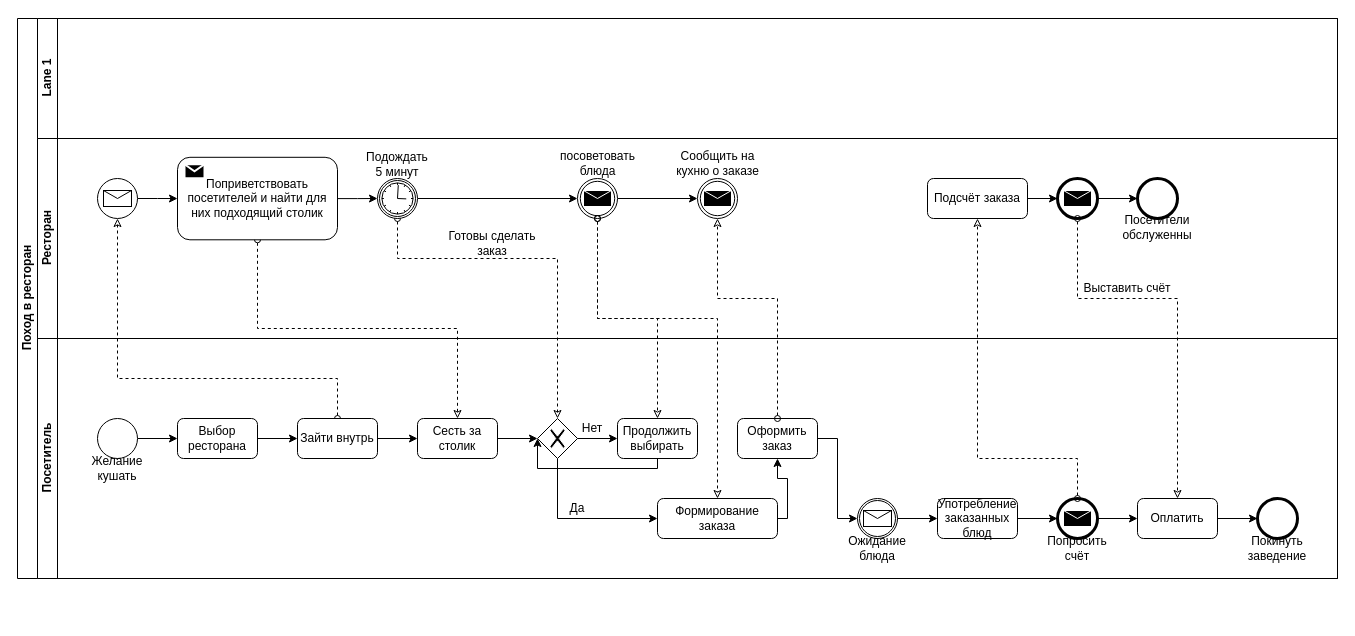
This is Untitled Diagram.drawio from monsegard/portfolio, a draw.io file, before an edit. Source tidied: cells renumbered, new cells numbered last; positions are measured from the earlier drawing's top-left corner, leaving out a move shared by most shapes. Both pictures are drawn from the tidied source at 100%, with x=0, y=0 at pixel (17, 18).
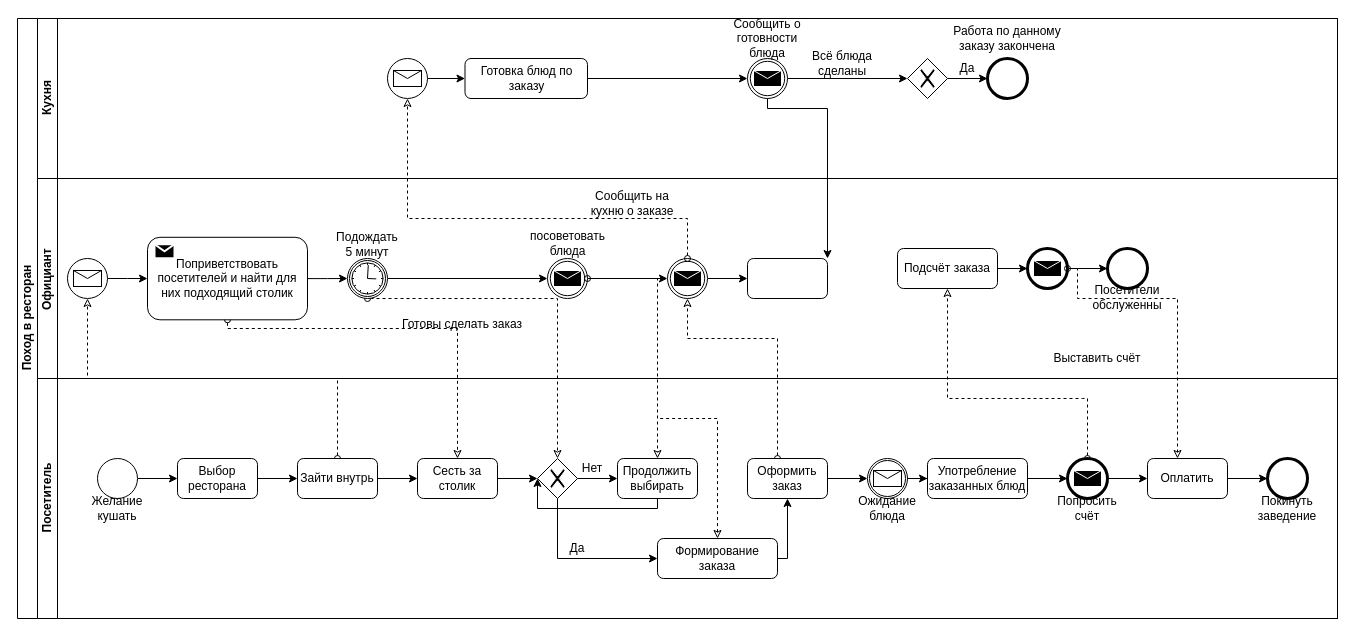
The same diagram, later.

The change refers to these unchanged cells:
```xml
<mxCell id="38" value="Зайти внутрь" style="rounded=1;whiteSpace=wrap;html=1;" parent="31" vertex="1">
  <mxGeometry x="260" y="80" width="80" height="40" as="geometry" />
</mxCell>
<mxCell id="40" value="Сесть за столик" style="rounded=1;whiteSpace=wrap;html=1;" parent="31" vertex="1">
  <mxGeometry x="380" y="80" width="80" height="40" as="geometry" />
</mxCell>
<mxCell id="42" value="Формирование заказа" style="rounded=1;whiteSpace=wrap;html=1;" parent="31" vertex="1">
  <mxGeometry x="620" y="160" width="120" height="40" as="geometry" />
</mxCell>
<mxCell id="44" style="shape=mxgraph.bpmn.shape;html=1;verticalLabelPosition=bottom;labelBackgroundColor=#ffffff;verticalAlign=top;align=center;perimeter=rhombusPerimeter;background=gateway;outlineConnect=0;outline=none;symbol=exclusiveGw;" parent="31" vertex="1">
  <mxGeometry x="500" y="80" width="40" height="40" as="geometry" />
</mxCell>
<mxCell id="46" value="Продолжить выбирать" style="rounded=1;whiteSpace=wrap;html=1;" parent="31" vertex="1">
  <mxGeometry x="580" y="80" width="80" height="40" as="geometry" />
</mxCell>
```

What changed in the source:
```diff
@@
     <mxCell id="2" value="Поход в ресторан" style="swimlane;html=1;horizontal=0;startSize=20;" parent="1" vertex="1">
-      <mxGeometry width="1320" height="560" as="geometry" />
+      <mxGeometry width="1320" height="600" as="geometry" />
     </mxCell>
-    <mxCell id="3" value="Lane 1" style="swimlane;html=1;startSize=20;horizontal=0;" parent="2" vertex="1">
-      <mxGeometry x="20" width="1300" height="120" as="geometry" />
+    <mxCell id="3" value="Кухня" style="swimlane;html=1;startSize=20;horizontal=0;" parent="2" vertex="1">
+      <mxGeometry x="20" width="1300" height="160" as="geometry" />
     </mxCell>
+    <mxCell id="67" style="edgeStyle=orthogonalEdgeStyle;rounded=0;jettySize=auto;html=1;entryX=0;entryY=0.5;entryDx=0;entryDy=0;startArrow=none;startFill=0;endArrow=classic;endFill=1;" parent="3" edge="1" source="68" target="70">
+      <mxGeometry relative="1" as="geometry" />
+    </mxCell>
+    <mxCell id="68" style="shape=mxgraph.bpmn.shape;html=1;verticalLabelPosition=bottom;labelBackgroundColor=#ffffff;verticalAlign=top;align=center;perimeter=ellipsePerimeter;outlineConnect=0;outline=standard;symbol=message;" parent="3" vertex="1">
+      <mxGeometry x="350" y="40" width="40" height="40" as="geometry" />
+    </mxCell>
+    <mxCell id="69" style="edgeStyle=orthogonalEdgeStyle;rounded=0;jettySize=auto;html=1;entryX=0;entryY=0.5;entryDx=0;entryDy=0;startArrow=none;startFill=0;endArrow=classic;endFill=1;" parent="3" edge="1" source="70" target="71">
+      <mxGeometry relative="1" as="geometry" />
+    </mxCell>
+    <mxCell id="70" value="Готовка блюд по заказу" style="rounded=1;whiteSpace=wrap;html=1;" parent="3" vertex="1">
+      <mxGeometry x="427.5" y="40" width="122.5" height="40" as="geometry" />
+    </mxCell>
+    <mxCell id="71" style="shape=mxgraph.bpmn.shape;html=1;verticalLabelPosition=bottom;labelBackgroundColor=#ffffff;verticalAlign=top;align=center;perimeter=ellipsePerimeter;outlineConnect=0;outline=throwing;symbol=message;" parent="3" vertex="1">
+      <mxGeometry x="710" y="40" width="40" height="40" as="geometry" />
+    </mxCell>
+    <mxCell id="72" value="Сообщить о готовности блюда" style="text;html=1;strokeColor=none;fillColor=none;align=center;verticalAlign=middle;whiteSpace=wrap;rounded=0;" parent="3" vertex="1">
+      <mxGeometry x="685" width="90" height="40" as="geometry" />
+    </mxCell>
+    <mxCell id="73" style="edgeStyle=orthogonalEdgeStyle;rounded=0;jettySize=auto;html=1;startArrow=none;startFill=0;endArrow=classic;endFill=1;entryX=0;entryY=0.5;entryDx=0;entryDy=0;" parent="3" edge="1" source="71" target="79">
+      <mxGeometry relative="1" as="geometry" />
+    </mxCell>
+    <mxCell id="74" value="Всё блюда сделаны" style="text;html=1;strokeColor=none;fillColor=none;align=center;verticalAlign=middle;whiteSpace=wrap;rounded=0;" parent="3" vertex="1">
+      <mxGeometry x="750" y="30" width="110" height="30" as="geometry" />
+    </mxCell>
+    <mxCell id="75" value="Да" style="text;html=1;strokeColor=none;fillColor=none;align=center;verticalAlign=middle;whiteSpace=wrap;rounded=0;" parent="3" vertex="1">
+      <mxGeometry x="910" y="40" width="40" height="20" as="geometry" />
+    </mxCell>
+    <mxCell id="76" style="shape=mxgraph.bpmn.shape;html=1;verticalLabelPosition=bottom;labelBackgroundColor=#ffffff;verticalAlign=top;align=center;perimeter=ellipsePerimeter;outlineConnect=0;outline=end;symbol=general;" parent="3" vertex="1">
+      <mxGeometry x="950" y="40" width="40" height="40" as="geometry" />
+    </mxCell>
+    <mxCell id="77" style="edgeStyle=orthogonalEdgeStyle;rounded=0;jettySize=auto;html=1;startArrow=none;startFill=0;endArrow=classic;endFill=1;exitX=1;exitY=0.5;exitDx=0;exitDy=0;" parent="3" edge="1" source="79" target="76">
+      <mxGeometry relative="1" as="geometry" />
+    </mxCell>
+    <mxCell id="78" value="Работа по данному заказу закончена" style="text;html=1;strokeColor=none;fillColor=none;align=center;verticalAlign=middle;whiteSpace=wrap;rounded=0;" parent="3" vertex="1">
+      <mxGeometry x="910" width="120" height="40" as="geometry" />
+    </mxCell>
+    <mxCell id="79" style="shape=mxgraph.bpmn.shape;html=1;verticalLabelPosition=bottom;labelBackgroundColor=#ffffff;verticalAlign=top;align=center;perimeter=rhombusPerimeter;background=gateway;outlineConnect=0;outline=none;symbol=exclusiveGw;" parent="3" vertex="1">
+      <mxGeometry x="870" y="40" width="40" height="40" as="geometry" />
+    </mxCell>
     <mxCell id="4" style="edgeStyle=orthogonalEdgeStyle;rounded=0;jettySize=auto;html=1;entryX=0.5;entryY=1;entryDx=0;entryDy=0;dashed=1;endArrow=classic;endFill=0;startArrow=oval;startFill=0;" parent="2" edge="1" source="38" target="9">
       <mxGeometry relative="1" as="geometry">
         <Array as="points">
           <mxPoint x="320" y="360" />
-          <mxPoint x="100" y="360" />
+          <mxPoint x="70" y="360" />
         </Array>
       </mxGeometry>
     </mxCell>
     <mxCell id="5" style="edgeStyle=orthogonalEdgeStyle;rounded=0;jettySize=auto;html=1;entryX=0.5;entryY=0;entryDx=0;entryDy=0;startArrow=oval;startFill=0;endArrow=classic;endFill=0;dashed=1;exitX=0.5;exitY=1;exitDx=0;exitDy=0;" parent="2" edge="1" source="11" target="40">
       <mxGeometry relative="1" as="geometry">
         <Array as="points">
-          <mxPoint x="240" y="310" />
+          <mxPoint x="210" y="310" />
           <mxPoint x="440" y="310" />
         </Array>
       </mxGeometry>
     </mxCell>
     <mxCell id="6" style="edgeStyle=orthogonalEdgeStyle;rounded=0;jettySize=auto;html=1;entryX=0.5;entryY=0;entryDx=0;entryDy=0;startArrow=oval;startFill=0;endArrow=classic;endFill=0;dashed=1;exitX=0.5;exitY=1;exitDx=0;exitDy=0;" parent="2" edge="1" source="14" target="44">
       <mxGeometry relative="1" as="geometry">
         <Array as="points">
-          <mxPoint x="380" y="240" />
-          <mxPoint x="540" y="240" />
+          <mxPoint x="350" y="280" />
+          <mxPoint x="540" y="280" />
         </Array>
       </mxGeometry>
     </mxCell>
-    <mxCell id="7" value="Ресторан" style="swimlane;html=1;startSize=20;horizontal=0;" parent="2" vertex="1">
-      <mxGeometry x="20" y="120" width="1300" height="200" as="geometry" />
+    <mxCell id="7" value="Официант&amp;nbsp;&lt;br&gt;" style="swimlane;html=1;startSize=20;horizontal=0;" parent="2" vertex="1">
+      <mxGeometry x="20" y="160" width="1300" height="200" as="geometry" />
     </mxCell>
@@
     <mxCell id="9" style="shape=mxgraph.bpmn.shape;html=1;verticalLabelPosition=bottom;labelBackgroundColor=#ffffff;verticalAlign=top;align=center;perimeter=ellipsePerimeter;outlineConnect=0;outline=standard;symbol=message;" parent="7" vertex="1">
-      <mxGeometry x="60" y="40" width="40" height="40" as="geometry" />
+      <mxGeometry x="30" y="80" width="40" height="40" as="geometry" />
     </mxCell>
@@
     <mxCell id="11" value="Поприветствовать посетителей и найти для них подходящий столик" style="html=1;whiteSpace=wrap;rounded=1;" parent="7" vertex="1">
-      <mxGeometry x="140" y="18.8" width="160" height="82.5" as="geometry" />
+      <mxGeometry x="110" y="58.8" width="160" height="82.5" as="geometry" />
     </mxCell>
@@
     <mxCell id="14" style="shape=mxgraph.bpmn.shape;html=1;verticalLabelPosition=bottom;labelBackgroundColor=#ffffff;verticalAlign=top;align=center;perimeter=ellipsePerimeter;outlineConnect=0;outline=catching;symbol=timer;" parent="7" vertex="1">
-      <mxGeometry x="340" y="40" width="40" height="40" as="geometry" />
+      <mxGeometry x="310" y="80" width="40" height="40" as="geometry" />
     </mxCell>
     <mxCell id="15" value="Подождать 5 минут" style="text;html=1;strokeColor=none;fillColor=none;align=center;verticalAlign=middle;whiteSpace=wrap;rounded=0;" parent="7" vertex="1">
-      <mxGeometry x="325" y="11.2" width="70" height="28.8" as="geometry" />
+      <mxGeometry x="295" y="51.2" width="70" height="28.8" as="geometry" />
     </mxCell>
     <mxCell id="16" value="Готовы сделать заказ" style="text;html=1;strokeColor=none;fillColor=none;align=center;verticalAlign=middle;whiteSpace=wrap;rounded=0;" parent="7" vertex="1">
-      <mxGeometry x="400" y="90" width="110" height="30" as="geometry" />
+      <mxGeometry x="330" y="131.2" width="190" height="30" as="geometry" />
     </mxCell>
     <mxCell id="17" value="посоветовать блюда" style="text;html=1;strokeColor=none;fillColor=none;align=center;verticalAlign=middle;whiteSpace=wrap;rounded=0;" parent="7" vertex="1">
-      <mxGeometry x="517.5" y="10" width="85" height="30" as="geometry" />
+      <mxGeometry x="487.5" y="50" width="85" height="30" as="geometry" />
     </mxCell>
@@
     <mxCell id="19" style="shape=mxgraph.bpmn.shape;html=1;verticalLabelPosition=bottom;labelBackgroundColor=#ffffff;verticalAlign=top;align=center;perimeter=ellipsePerimeter;outlineConnect=0;outline=throwing;symbol=message;" parent="7" vertex="1">
-      <mxGeometry x="540" y="40" width="40" height="40" as="geometry" />
+      <mxGeometry x="510" y="80" width="40" height="40" as="geometry" />
     </mxCell>
+    <mxCell id="80" style="edgeStyle=orthogonalEdgeStyle;rounded=0;jettySize=auto;html=1;entryX=0;entryY=0.5;entryDx=0;entryDy=0;startArrow=none;startFill=0;endArrow=classic;endFill=1;" parent="7" edge="1" source="20" target="81">
+      <mxGeometry relative="1" as="geometry" />
+    </mxCell>
     <mxCell id="20" style="shape=mxgraph.bpmn.shape;html=1;verticalLabelPosition=bottom;labelBackgroundColor=#ffffff;verticalAlign=top;align=center;perimeter=ellipsePerimeter;outlineConnect=0;outline=throwing;symbol=message;" parent="7" vertex="1">
-      <mxGeometry x="660" y="40" width="40" height="40" as="geometry" />
+      <mxGeometry x="630" y="80" width="40" height="40" as="geometry" />
     </mxCell>
     <mxCell id="21" value="Сообщить на кухню о заказе" style="text;html=1;strokeColor=none;fillColor=none;align=center;verticalAlign=middle;whiteSpace=wrap;rounded=0;" parent="7" vertex="1">
-      <mxGeometry x="637.5" y="10" width="85" height="30" as="geometry" />
+      <mxGeometry x="540" y="10" width="110" height="30" as="geometry" />
     </mxCell>
@@
     <mxCell id="23" value="Подсчёт заказа" style="rounded=1;whiteSpace=wrap;html=1;" parent="7" vertex="1">
-      <mxGeometry x="890" y="40" width="100" height="40" as="geometry" />
+      <mxGeometry x="860" y="70" width="100" height="40" as="geometry" />
     </mxCell>
     <mxCell id="24" style="shape=mxgraph.bpmn.shape;html=1;verticalLabelPosition=bottom;labelBackgroundColor=#ffffff;verticalAlign=top;align=center;perimeter=ellipsePerimeter;outlineConnect=0;outline=end;symbol=message;" parent="7" vertex="1">
-      <mxGeometry x="1020" y="40" width="40" height="40" as="geometry" />
+      <mxGeometry x="990" y="70" width="40" height="40" as="geometry" />
     </mxCell>
     <mxCell id="25" value="Выставить счёт" style="text;html=1;strokeColor=none;fillColor=none;align=center;verticalAlign=middle;whiteSpace=wrap;rounded=0;" parent="7" vertex="1">
-      <mxGeometry x="1040" y="140" width="100" height="20" as="geometry" />
+      <mxGeometry x="1010" y="170" width="100" height="20" as="geometry" />
     </mxCell>
     <mxCell id="26" style="shape=mxgraph.bpmn.shape;html=1;verticalLabelPosition=bottom;labelBackgroundColor=#ffffff;verticalAlign=top;align=center;perimeter=ellipsePerimeter;outlineConnect=0;outline=end;symbol=general;" parent="7" vertex="1">
-      <mxGeometry x="1100" y="40" width="40" height="40" as="geometry" />
+      <mxGeometry x="1070" y="70" width="40" height="40" as="geometry" />
     </mxCell>
@@
     <mxCell id="28" value="Посетители обслуженны" style="text;html=1;strokeColor=none;fillColor=none;align=center;verticalAlign=middle;whiteSpace=wrap;rounded=0;" parent="7" vertex="1">
-      <mxGeometry x="1080" y="80" width="80" height="18.8" as="geometry" />
+      <mxGeometry x="1050" y="110" width="80" height="18.8" as="geometry" />
     </mxCell>
+    <mxCell id="81" style="rounded=1;whiteSpace=wrap;html=1;" parent="7" vertex="1">
+      <mxGeometry x="710" y="80" width="80" height="40" as="geometry" />
+    </mxCell>
     <mxCell id="29" style="edgeStyle=orthogonalEdgeStyle;rounded=0;jettySize=auto;html=1;entryX=0.5;entryY=0;entryDx=0;entryDy=0;dashed=1;startArrow=oval;startFill=0;endArrow=classic;endFill=0;" parent="2" edge="1" source="19" target="46">
-      <mxGeometry relative="1" as="geometry" />
+      <mxGeometry relative="1" as="geometry">
+        <Array as="points">
+          <mxPoint x="550" y="260" />
+          <mxPoint x="640" y="260" />
+        </Array>
+      </mxGeometry>
     </mxCell>
-    <mxCell id="30" style="edgeStyle=orthogonalEdgeStyle;rounded=0;jettySize=auto;html=1;dashed=1;startArrow=oval;startFill=0;endArrow=classic;endFill=0;entryX=0.5;entryY=0;entryDx=0;entryDy=0;" parent="2" edge="1" source="19" target="42">
-      <mxGeometry relative="1" as="geometry">
-        <Array as="points">
-          <mxPoint x="580" y="300" />
-          <mxPoint x="700" y="300" />
-        </Array>
-      </mxGeometry>
-    </mxCell>
+    <mxCell id="64" style="edgeStyle=orthogonalEdgeStyle;rounded=0;jettySize=auto;html=1;startArrow=oval;startFill=0;endArrow=classic;endFill=0;entryX=0.5;entryY=1;entryDx=0;entryDy=0;dashed=1;" parent="2" edge="1" source="51" target="20">
+      <mxGeometry relative="1" as="geometry">
+        <Array as="points">
+          <mxPoint x="760" y="320" />
+          <mxPoint x="670" y="320" />
+        </Array>
+      </mxGeometry>
+    </mxCell>
+    <mxCell id="65" style="edgeStyle=orthogonalEdgeStyle;rounded=0;jettySize=auto;html=1;startArrow=oval;startFill=0;endArrow=classic;endFill=0;entryX=0.5;entryY=1;entryDx=0;entryDy=0;dashed=1;exitX=0.5;exitY=0;exitDx=0;exitDy=0;" parent="2" edge="1" source="60" target="23">
+      <mxGeometry relative="1" as="geometry">
+        <Array as="points">
+          <mxPoint x="1065" y="380" />
+          <mxPoint x="960" y="380" />
+        </Array>
+      </mxGeometry>
+    </mxCell>
+    <mxCell id="66" style="edgeStyle=orthogonalEdgeStyle;rounded=0;jettySize=auto;html=1;startArrow=oval;startFill=0;endArrow=classic;endFill=0;dashed=1;" parent="2" edge="1" source="24" target="58">
+      <mxGeometry relative="1" as="geometry">
+        <Array as="points">
+          <mxPoint x="1060" y="280" />
+          <mxPoint x="1160" y="280" />
+        </Array>
+      </mxGeometry>
+    </mxCell>
+    <mxCell id="82" style="edgeStyle=orthogonalEdgeStyle;rounded=0;jettySize=auto;html=1;startArrow=oval;startFill=0;endArrow=classic;endFill=0;dashed=1;entryX=0.5;entryY=1;entryDx=0;entryDy=0;" parent="2" edge="1" source="20" target="68">
+      <mxGeometry relative="1" as="geometry">
+        <Array as="points">
+          <mxPoint x="670" y="200" />
+          <mxPoint x="390" y="200" />
+        </Array>
+      </mxGeometry>
+    </mxCell>
+    <mxCell id="83" style="edgeStyle=orthogonalEdgeStyle;rounded=0;jettySize=auto;html=1;startArrow=none;startFill=0;endArrow=classic;endFill=1;" parent="2" edge="1" source="71" target="81">
+      <mxGeometry relative="1" as="geometry">
+        <Array as="points">
+          <mxPoint x="750" y="90" />
+          <mxPoint x="810" y="90" />
+        </Array>
+      </mxGeometry>
+    </mxCell>
     <mxCell id="31" value="Посетитель" style="swimlane;html=1;startSize=20;horizontal=0;" parent="2" vertex="1">
-      <mxGeometry x="20" y="320" width="1300" height="240" as="geometry" />
+      <mxGeometry x="20" y="360" width="1300" height="240" as="geometry" />
     </mxCell>
@@
     <mxCell id="41" style="edgeStyle=orthogonalEdgeStyle;rounded=0;jettySize=auto;html=1;entryX=0.5;entryY=1;entryDx=0;entryDy=0;startArrow=none;startFill=0;endArrow=classic;endFill=1;" parent="31" edge="1" source="42" target="51">
       <mxGeometry relative="1" as="geometry">
         <Array as="points">
           <mxPoint x="750" y="180" />
-          <mxPoint x="750" y="140" />
-          <mxPoint x="740" y="140" />
         </Array>
       </mxGeometry>
     </mxCell>
@@
     <mxCell id="51" value="Оформить заказ" style="rounded=1;whiteSpace=wrap;html=1;" parent="31" vertex="1">
-      <mxGeometry x="700" y="80" width="80" height="40" as="geometry" />
+      <mxGeometry x="710" y="80" width="80" height="40" as="geometry" />
     </mxCell>
     <mxCell id="52" style="shape=mxgraph.bpmn.shape;html=1;verticalLabelPosition=bottom;labelBackgroundColor=#ffffff;verticalAlign=top;align=center;perimeter=ellipsePerimeter;outlineConnect=0;outline=catching;symbol=message;" parent="31" vertex="1">
-      <mxGeometry x="820" y="160" width="40" height="40" as="geometry" />
+      <mxGeometry x="830" y="80" width="40" height="40" as="geometry" />
     </mxCell>
     <mxCell id="53" value="Ожидание блюда" style="text;html=1;strokeColor=none;fillColor=none;align=center;verticalAlign=middle;whiteSpace=wrap;rounded=0;" parent="31" vertex="1">
-      <mxGeometry x="815" y="200" width="50" height="20" as="geometry" />
+      <mxGeometry x="825" y="120" width="50" height="20" as="geometry" />
     </mxCell>
     <mxCell id="54" value="Употребление заказанных блюд" style="rounded=1;whiteSpace=wrap;html=1;" parent="31" vertex="1">
-      <mxGeometry x="900" y="160" width="80" height="40" as="geometry" />
+      <mxGeometry x="890" y="80" width="100" height="40" as="geometry" />
     </mxCell>
@@
     <mxCell id="57" value="Попросить счёт" style="text;html=1;strokeColor=none;fillColor=none;align=center;verticalAlign=middle;whiteSpace=wrap;rounded=0;" parent="31" vertex="1">
-      <mxGeometry x="1020" y="200" width="40" height="20" as="geometry" />
+      <mxGeometry x="1030" y="120" width="40" height="20" as="geometry" />
     </mxCell>
     <mxCell id="58" value="Оплатить" style="rounded=1;whiteSpace=wrap;html=1;" parent="31" vertex="1">
-      <mxGeometry x="1100" y="160" width="80" height="40" as="geometry" />
+      <mxGeometry x="1110" y="80" width="80" height="40" as="geometry" />
     </mxCell>
@@
     <mxCell id="60" style="shape=mxgraph.bpmn.shape;html=1;verticalLabelPosition=bottom;labelBackgroundColor=#ffffff;verticalAlign=top;align=center;perimeter=ellipsePerimeter;outlineConnect=0;outline=end;symbol=message;" parent="31" vertex="1">
-      <mxGeometry x="1020" y="160" width="40" height="40" as="geometry" />
+      <mxGeometry x="1030" y="80" width="40" height="40" as="geometry" />
     </mxCell>
     <mxCell id="61" style="shape=mxgraph.bpmn.shape;html=1;verticalLabelPosition=bottom;labelBackgroundColor=#ffffff;verticalAlign=top;align=center;perimeter=ellipsePerimeter;outlineConnect=0;outline=end;symbol=general;" parent="31" vertex="1">
-      <mxGeometry x="1220" y="160" width="40" height="40" as="geometry" />
+      <mxGeometry x="1230" y="80" width="40" height="40" as="geometry" />
     </mxCell>
@@
     <mxCell id="63" value="Покинуть заведение" style="text;html=1;strokeColor=none;fillColor=none;align=center;verticalAlign=middle;whiteSpace=wrap;rounded=0;" parent="31" vertex="1">
-      <mxGeometry x="1215" y="200" width="50" height="20" as="geometry" />
+      <mxGeometry x="1225" y="120" width="50" height="20" as="geometry" />
     </mxCell>
-    <mxCell id="64" style="edgeStyle=orthogonalEdgeStyle;rounded=0;jettySize=auto;html=1;startArrow=oval;startFill=0;endArrow=classic;endFill=0;entryX=0.5;entryY=1;entryDx=0;entryDy=0;dashed=1;" parent="2" edge="1" source="51" target="20">
-      <mxGeometry relative="1" as="geometry">
-        <Array as="points">
-          <mxPoint x="760" y="280" />
-          <mxPoint x="700" y="280" />
-        </Array>
-      </mxGeometry>
-    </mxCell>
-    <mxCell id="65" style="edgeStyle=orthogonalEdgeStyle;rounded=0;jettySize=auto;html=1;startArrow=oval;startFill=0;endArrow=classic;endFill=0;entryX=0.5;entryY=1;entryDx=0;entryDy=0;dashed=1;" parent="2" edge="1" target="23">
-      <mxGeometry relative="1" as="geometry">
-        <mxPoint x="1060" y="480" as="sourcePoint" />
-        <Array as="points">
-          <mxPoint x="1060" y="440" />
-          <mxPoint x="960" y="440" />
-        </Array>
-      </mxGeometry>
-    </mxCell>
-    <mxCell id="66" style="edgeStyle=orthogonalEdgeStyle;rounded=0;jettySize=auto;html=1;startArrow=oval;startFill=0;endArrow=classic;endFill=0;dashed=1;" parent="2" edge="1" source="24" target="58">
-      <mxGeometry relative="1" as="geometry">
-        <Array as="points">
-          <mxPoint x="1060" y="280" />
-          <mxPoint x="1160" y="280" />
-        </Array>
-      </mxGeometry>
-    </mxCell>
+    <mxCell id="84" style="edgeStyle=orthogonalEdgeStyle;rounded=0;jettySize=auto;html=1;startArrow=classic;startFill=0;endArrow=none;endFill=0;dashed=1;" parent="1" edge="1" source="42">
+      <mxGeometry relative="1" as="geometry">
+        <mxPoint x="640" y="400" as="targetPoint" />
+        <Array as="points">
+          <mxPoint x="700" y="400" />
+        </Array>
+      </mxGeometry>
+    </mxCell>
```
